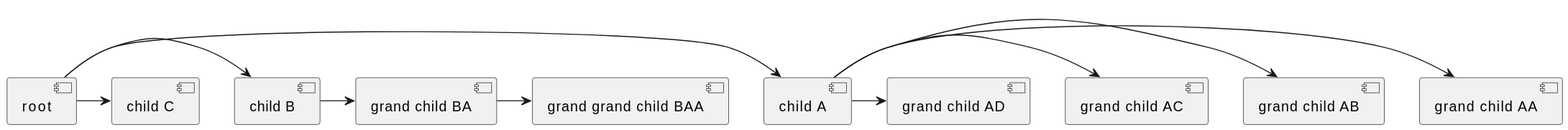
terrastruct/text-to-diagram-site keeps this PlantUML diagram as src/examples/3_trees/render/plantuml_dot.svg. Above is the earlier version.
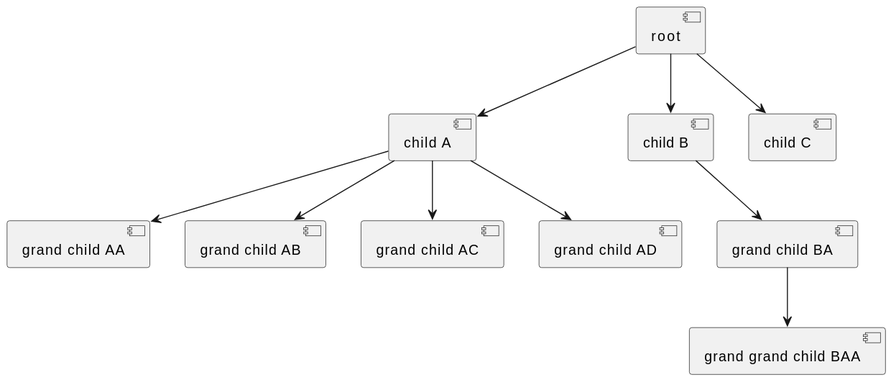
The same file after the commit.

Change to the diagram source:
```diff
@@ -1,15 +1,15 @@
 @startuml
 [root]
 
-[root] -> [child A]
-[root] -> [child B]
-[root] -> [child C]
+[root] --> [child A]
+[root] --> [child B]
+[root] --> [child C]
 
-[child A] -> [grand child AA]
-[child A] -> [grand child AB]
-[child A] -> [grand child AC]
-[child A] -> [grand child AD]
+[child A] --> [grand child AA]
+[child A] --> [grand child AB]
+[child A] --> [grand child AC]
+[child A] --> [grand child AD]
 
-[child B] -> [grand child BA]
-[grand child BA] -> [grand grand child BAA]
+[child B] --> [grand child BA]
+[grand child BA] --> [grand grand child BAA]
 @enduml
```
